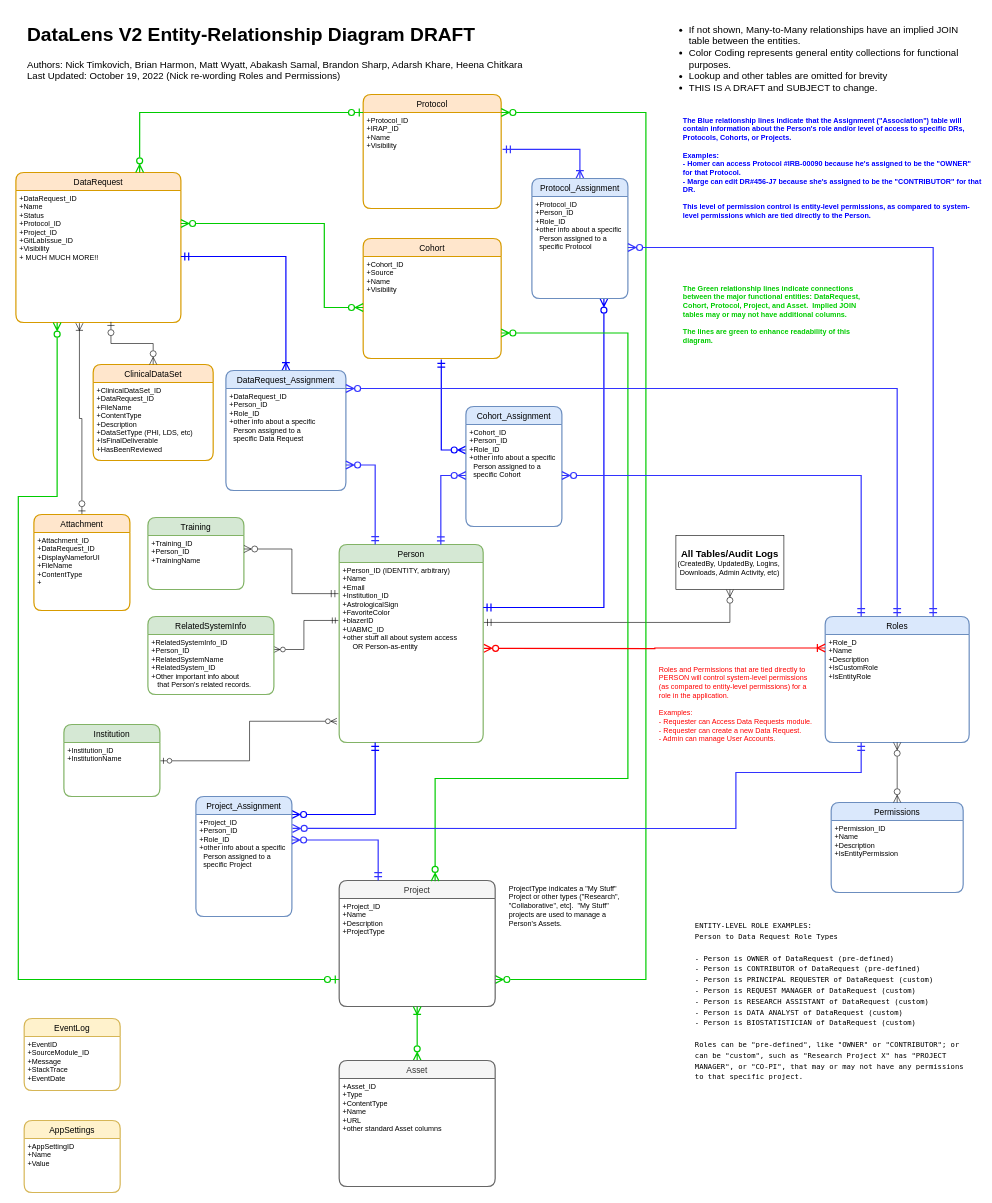
Before: page "Person Role Permission" (3 of 3) of DataLens V2 Team ERD.drawio in ntimkovich/UAB-II-Diagrams, a draw.io diagram. Source tidied: cells renumbered, new cells numbered last; positions are measured from the earlier drawing's top-left corner, leaving out a move shared by most shapes. Both pictures are drawn from the tidied source at 60%, with x=0, y=0 at pixel (16, 10).
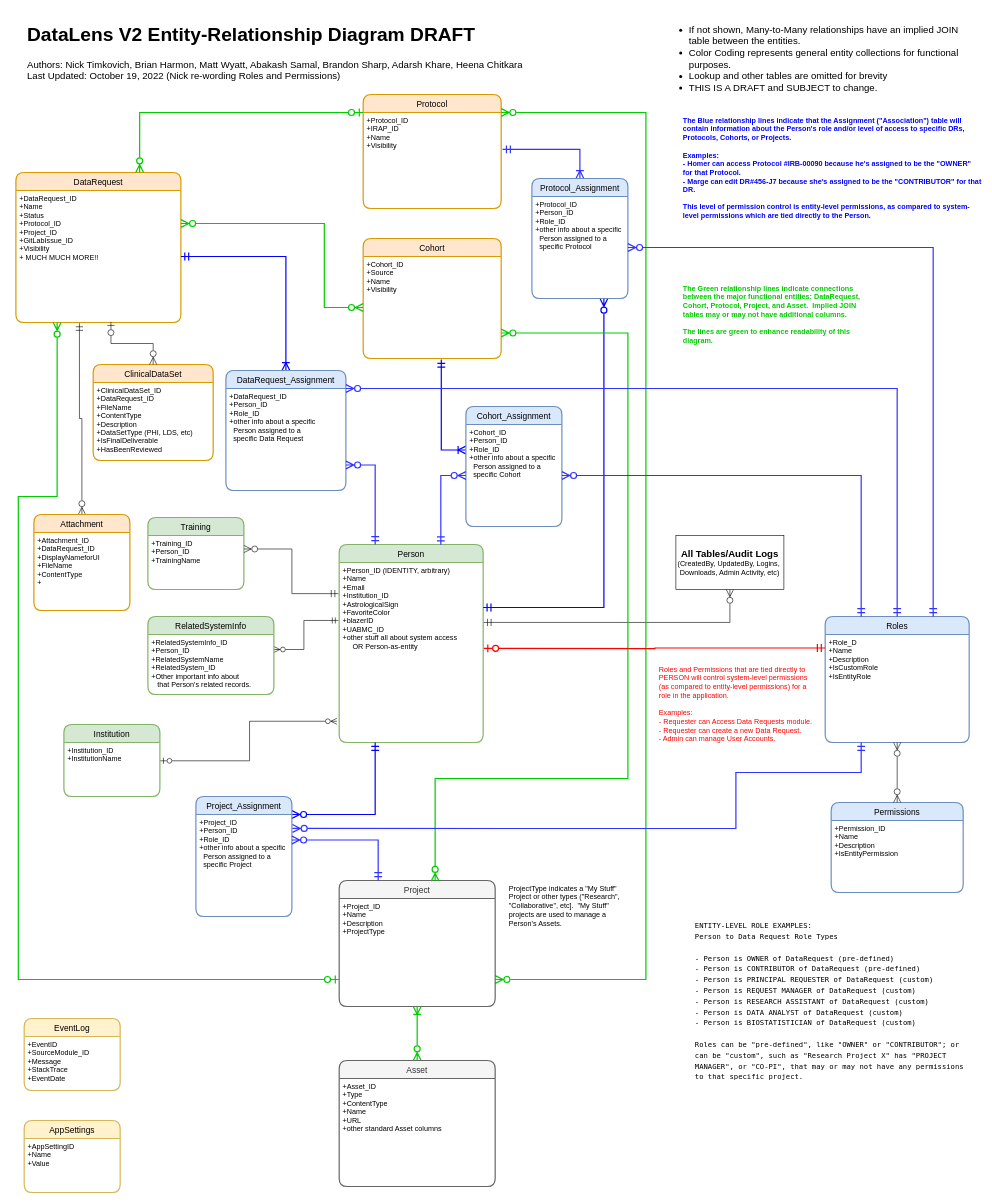
After the change.

Commit message:
Updated a few relationships

The change refers to these unchanged cells:
```xml
<mxCell id="3" value="+DataRequest_ID&#10;+Name&#10;+Status&#10;+Protocol_ID&#10;+Project_ID&#10;+GitLabIssue_ID&#10;+Visibility&#10;+ MUCH MUCH MORE!!" style="align=left;strokeColor=none;fillColor=none;spacingLeft=4;fontSize=12;verticalAlign=top;" parent="2" vertex="1">
  <mxGeometry y="30" width="275" height="220" as="geometry" />
</mxCell>
<mxCell id="7" value="+Cohort_ID&#10;+Source&#10;+Name&#10;+Visibility" style="align=left;strokeColor=none;fillColor=none;spacingLeft=4;fontSize=12;verticalAlign=top;" parent="6" vertex="1">
  <mxGeometry y="30" width="230" height="170" as="geometry" />
</mxCell>
<mxCell id="42" value="Roles" style="swimlane;horizontal=1;startSize=30;rounded=1;fontSize=14;fontStyle=0;strokeWidth=2;shadow=0;dashed=0;align=center;fillColor=#dae8fc;strokeColor=#6c8ebf;" parent="1" vertex="1">
  <mxGeometry x="1348.8" y="1010" width="240" height="210" as="geometry" />
</mxCell>
<mxCell id="51" value="Attachment" style="swimlane;horizontal=1;startSize=30;rounded=1;fontSize=14;fontStyle=0;strokeWidth=2;shadow=0;dashed=0;align=center;fillColor=#ffe6cc;strokeColor=#d79b00;" parent="1" vertex="1">
  <mxGeometry x="30" y="840" width="160" height="160" as="geometry" />
</mxCell>
<mxCell id="66" value="+Cohort_ID&#10;+Person_ID&#10;+Role_ID&#10;+other info about a specific&#10;  Person assigned to a &#10;  specific Cohort" style="align=left;strokeColor=none;fillColor=none;spacingLeft=4;fontSize=12;verticalAlign=top;" parent="65" vertex="1">
  <mxGeometry y="30" width="160" height="170" as="geometry" />
</mxCell>
```

Diff of the diagram source:
```diff
@@
-    <mxCell id="9" style="edgeStyle=orthogonalEdgeStyle;rounded=0;jettySize=auto;html=1;exitX=0;exitY=0.25;exitDx=0;exitDy=0;entryX=0.566;entryY=1.009;entryDx=0;entryDy=0;startArrow=ERzeroToMany;startFill=0;endArrow=ERmandOne;endFill=0;entryPerimeter=0;endSize=10;startSize=10;strokeColor=#0000FF;strokeWidth=2;" parent="1" edge="1" source="66" target="7">
+    <mxCell id="9" style="edgeStyle=orthogonalEdgeStyle;rounded=0;jettySize=auto;html=1;exitX=0;exitY=0.25;exitDx=0;exitDy=0;entryX=0.566;entryY=1.009;entryDx=0;entryDy=0;startArrow=ERoneToMany;startFill=0;endArrow=ERmandOne;endFill=0;entryPerimeter=0;endSize=10;startSize=10;strokeColor=#0000FF;strokeWidth=2;" parent="1" edge="1" source="66" target="7">
       <mxGeometry relative="1" as="geometry">
         <Array as="points">
           <mxPoint x="709" y="732" />
         </Array>
       </mxGeometry>
     </mxCell>
@@
-    <mxCell id="44" style="edgeStyle=orthogonalEdgeStyle;rounded=0;jettySize=auto;html=1;entryX=0;entryY=0.25;entryDx=0;entryDy=0;startArrow=ERzeroToMany;startFill=0;endArrow=ERoneToMany;endFill=0;endSize=10;startSize=10;strokeColor=#FF0000;strokeWidth=2;" parent="1" edge="1" target="42">
+    <mxCell id="44" style="edgeStyle=orthogonalEdgeStyle;rounded=0;jettySize=auto;html=1;entryX=0;entryY=0.25;entryDx=0;entryDy=0;startArrow=ERzeroToOne;startFill=0;endArrow=ERmandOne;endFill=0;endSize=10;startSize=10;strokeColor=#FF0000;strokeWidth=2;" parent="1" edge="1" target="42">
       <mxGeometry relative="1" as="geometry">
         <mxPoint x="780" y="1063" as="sourcePoint" />
       </mxGeometry>
     </mxCell>
@@
-    <mxCell id="50" style="edgeStyle=orthogonalEdgeStyle;rounded=0;jettySize=auto;html=1;exitX=0.5;exitY=0;exitDx=0;exitDy=0;startArrow=ERzeroToOne;startFill=0;entryX=0.385;entryY=1.005;entryDx=0;entryDy=0;entryPerimeter=0;endArrow=ERoneToMany;endFill=0;endSize=10;startSize=10;" parent="1" edge="1" source="51" target="3">
+    <mxCell id="50" style="edgeStyle=orthogonalEdgeStyle;rounded=0;jettySize=auto;html=1;exitX=0.5;exitY=0;exitDx=0;exitDy=0;startArrow=ERzeroToMany;startFill=0;entryX=0.385;entryY=1.005;entryDx=0;entryDy=0;entryPerimeter=0;endArrow=ERmandOne;endFill=0;endSize=10;startSize=10;" parent="1" edge="1" source="51" target="3">
       <mxGeometry relative="1" as="geometry" />
     </mxCell>
```
